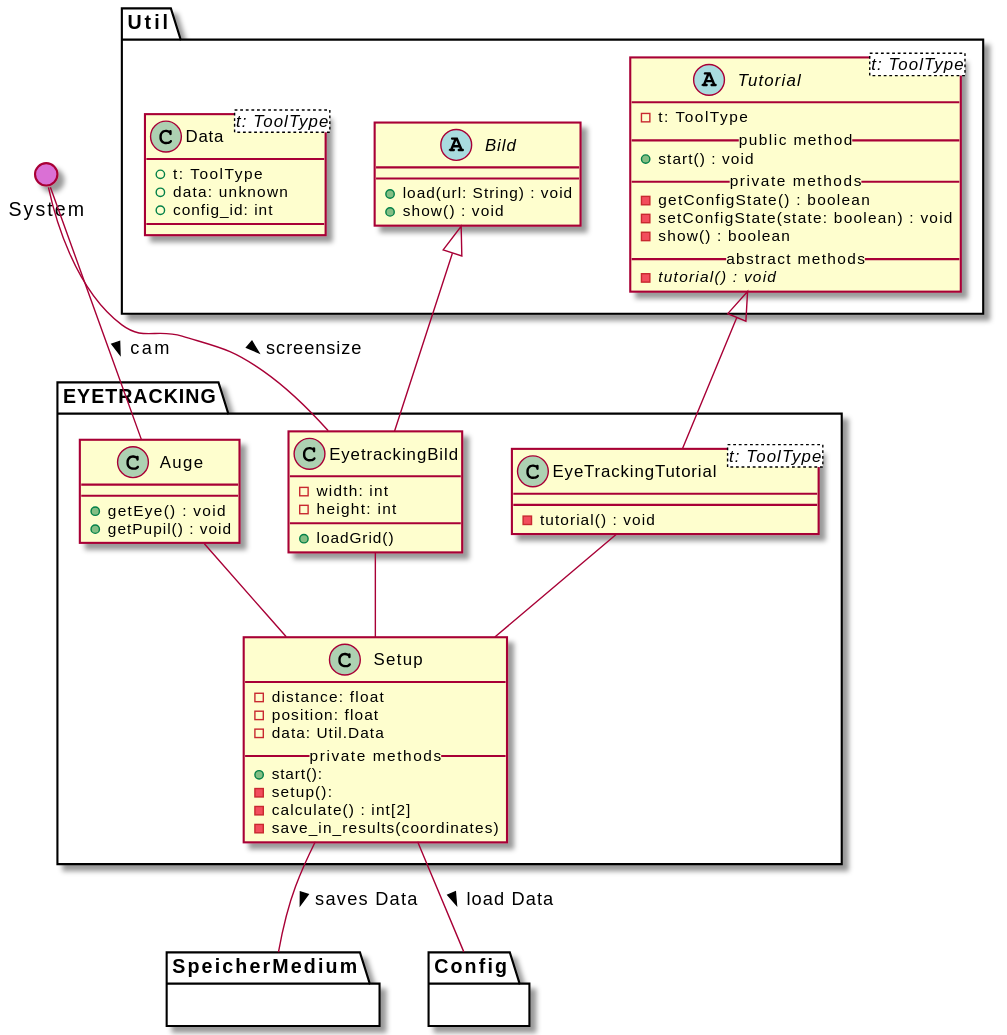
The PlantUML diagram meilenstein_03/uml-eyetracking/eyetracking.svg in weichware10/meilensteine, before a commit.
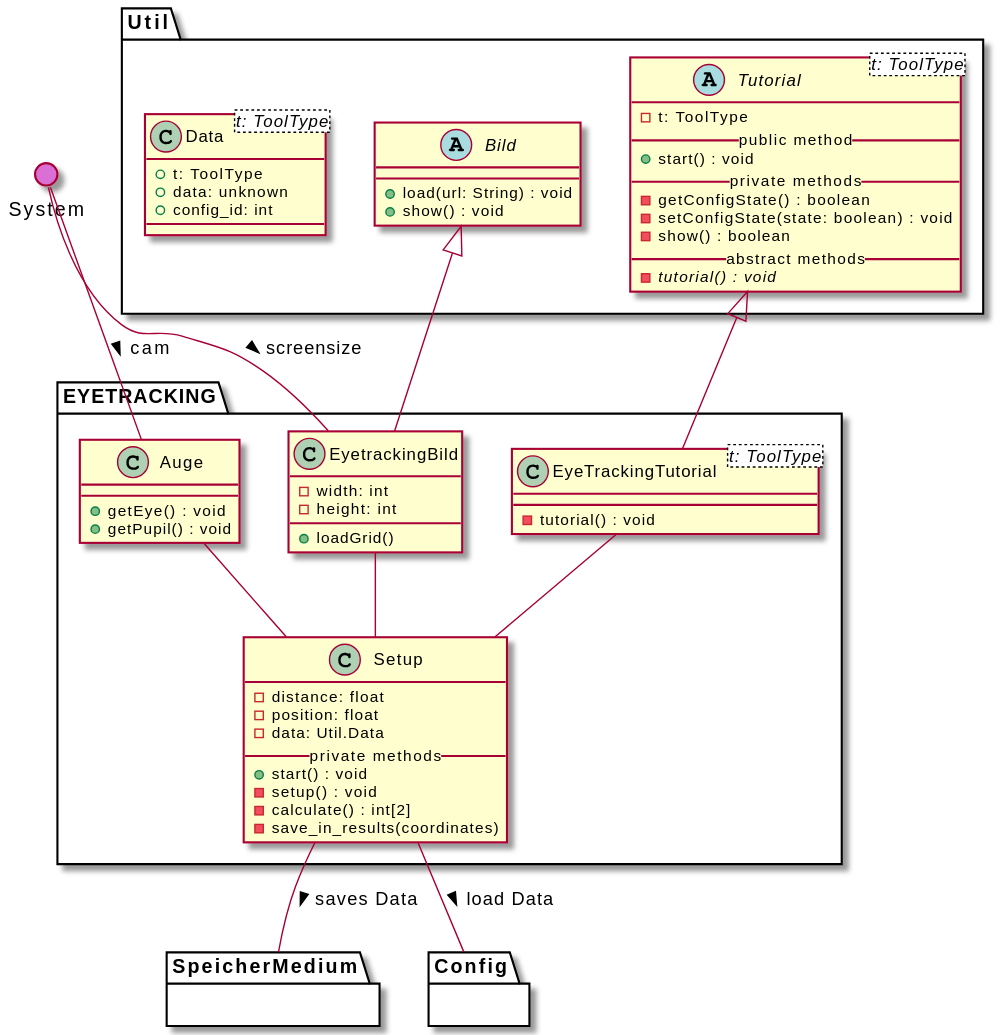
Later version of the same file.

Commit message:
Render PlantUML SVGs

Diff of the diagram source:
```diff
@@ -53,8 +53,8 @@
         - position: float
         - data: Util.Data
         __private methods__
-        + start():
-        - setup():
+        + start() : void
+        - setup() : void
         - calculate() : int[2]
         - save_in_results(coordinates)
     }
```
